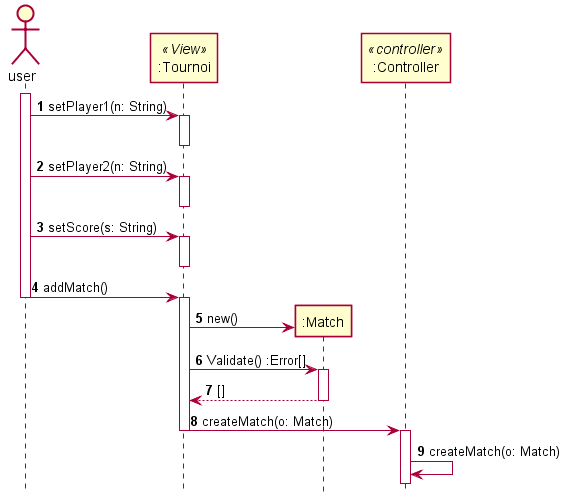
Before: ANC3-Diagramme/UC_ADD_MATCH/SD_ADD_MATCH.png, a diagram exported from PlantUML (MatildeGr/Java-Tournament-Management).
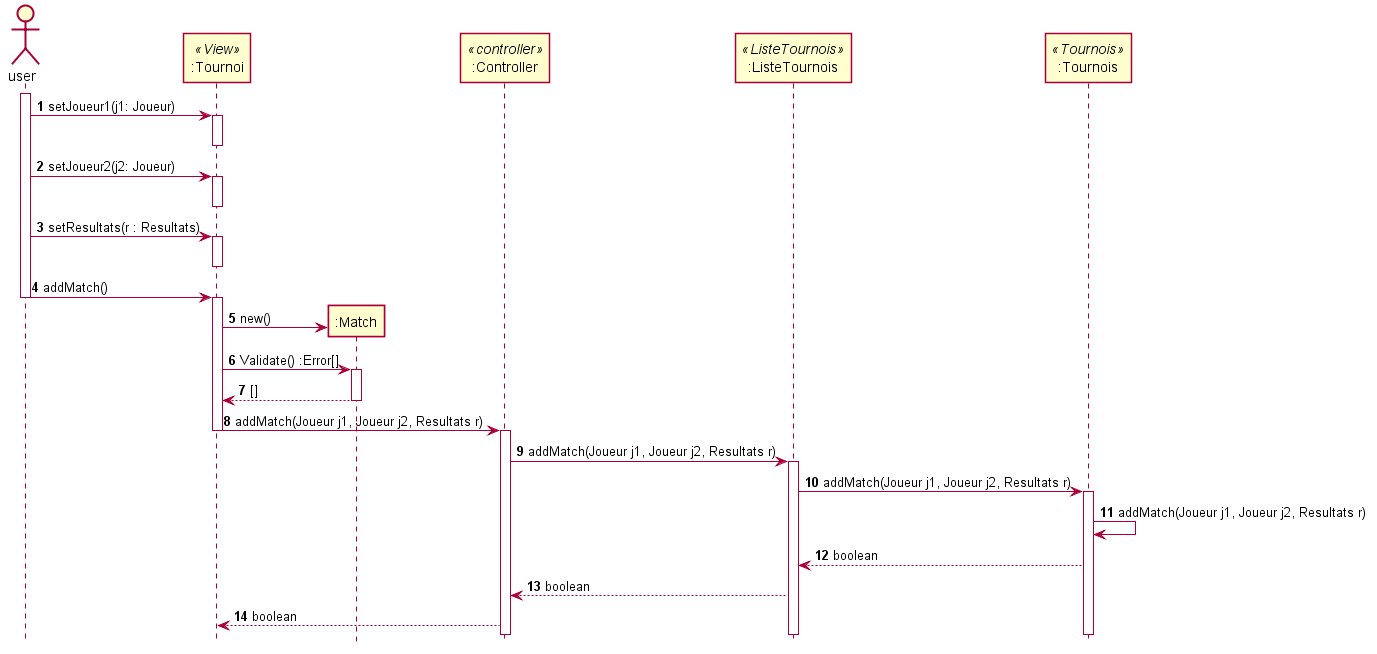
Later version of the same file.

Change to the diagram source:
```diff
@@ -6,16 +6,17 @@
 participant ":Tournoi" as v <<View>>
 participant ":Match" as m
 participant ":Controller" as c <<controller>>
-
+participant ":ListeTournois" as lt <<ListeTournois>>
+participant ":Tournois" as t <<Tournois>>
 
 activate u
-u -> v :setPlayer1(n: String)
+u -> v :setJoueur1(j1: Joueur)
 activate v
 deactivate v
-u -> v :setPlayer2(n: String)
+u -> v :setJoueur2(j2: Joueur)
 activate v
 deactivate v
-u -> v :setScore(s: String)
+u -> v :setResultats(r : Resultats)
 activate v
 deactivate v
 u -> v : addMatch()
@@ -27,8 +28,15 @@
 activate m
 m --> v :[]
 deactivate m
-v -> c :createMatch(o: Match)
+v -> c :addMatch(Joueur j1, Joueur j2, Resultats r)
 deactivate v
 activate c
-c -> c : createMatch(o: Match)
+c -> lt : addMatch(Joueur j1, Joueur j2, Resultats r)
+activate lt
+lt -> t : addMatch(Joueur j1, Joueur j2, Resultats r)
+activate t
+t -> t : addMatch(Joueur j1, Joueur j2, Resultats r)
+ t --> lt : boolean
+ lt --> c : boolean
+ c --> v : boolean
 @enduml
```
